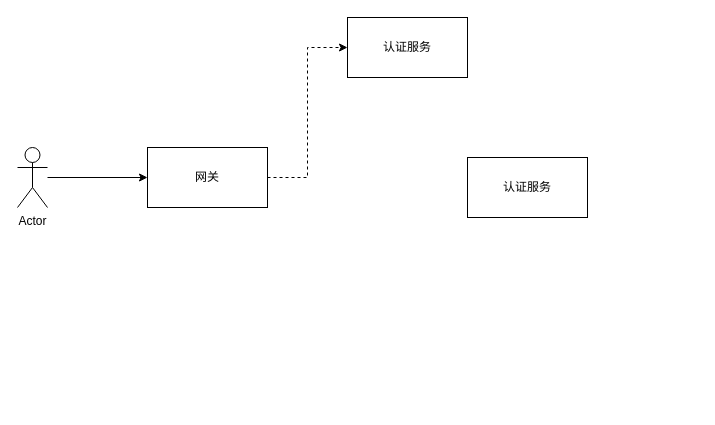
Before: 牙管家/登录.drawio in cherishsince/diagrams.net, a draw.io diagram. Source tidied: cells renumbered, new cells numbered last; positions are measured from the earlier drawing's top-left corner, leaving out a move shared by most shapes. Both pictures are drawn from the tidied source at 100%, with x=0, y=0 at pixel (17, 17).
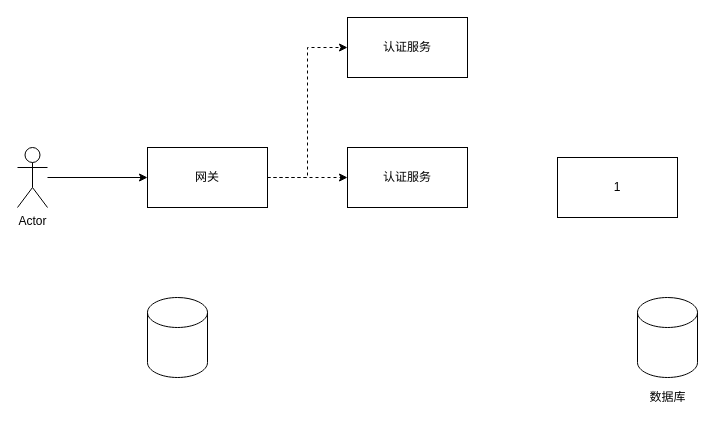
After the change.

The edit, as a diff of the source:
```diff
@@
 <mxGraphModel>
   <root>
     <mxCell id="0" />
     <mxCell id="1" parent="0" />
     <mxCell id="2" value="认证服务" style="rounded=0;whiteSpace=wrap;html=1;" parent="1" vertex="1">
       <mxGeometry x="330" width="120" height="60" as="geometry" />
     </mxCell>
     <mxCell id="3" style="edgeStyle=orthogonalEdgeStyle;rounded=0;jettySize=auto;html=1;entryX=0;entryY=0.5;entryDx=0;entryDy=0;dashed=1;" parent="1" edge="1" source="4" target="2">
       <mxGeometry relative="1" as="geometry" />
     </mxCell>
+    <mxCell id="8" style="edgeStyle=orthogonalEdgeStyle;rounded=0;jettySize=auto;html=1;entryX=0;entryY=0.5;entryDx=0;entryDy=0;dashed=1;" parent="1" edge="1" source="4" target="13">
+      <mxGeometry relative="1" as="geometry" />
+    </mxCell>
     <mxCell id="4" value="网关" style="rounded=0;whiteSpace=wrap;html=1;" parent="1" vertex="1">
       <mxGeometry x="130" y="130" width="120" height="60" as="geometry" />
     </mxCell>
     <mxCell id="5" style="edgeStyle=orthogonalEdgeStyle;rounded=0;jettySize=auto;html=1;" parent="1" edge="1" source="6" target="4">
       <mxGeometry relative="1" as="geometry" />
     </mxCell>
     <mxCell id="6" value="Actor" style="shape=umlActor;verticalLabelPosition=bottom;verticalAlign=top;html=1;outlineConnect=0;" parent="1" vertex="1">
       <mxGeometry y="130" width="30" height="60" as="geometry" />
     </mxCell>
-    <mxCell id="7" value="认证服务" style="rounded=0;whiteSpace=wrap;html=1;" parent="1" vertex="1">
-      <mxGeometry x="450" y="140" width="120" height="60" as="geometry" />
+    <mxCell id="7" value="1" style="rounded=0;whiteSpace=wrap;html=1;" parent="1" vertex="1">
+      <mxGeometry x="540" y="140" width="120" height="60" as="geometry" />
     </mxCell>
+    <mxCell id="9" style="group;" parent="1" vertex="1">
+      <mxGeometry x="620" y="280" width="60" height="110" as="geometry" />
+    </mxCell>
+    <mxCell id="10" style="shape=cylinder3;whiteSpace=wrap;html=1;boundedLbl=1;backgroundOutline=1;size=15;" parent="9" vertex="1">
+      <mxGeometry width="60" height="80" as="geometry" />
+    </mxCell>
+    <mxCell id="11" value="数据库" style="text;html=1;align=center;verticalAlign=middle;strokeColor=none;" parent="9" vertex="1">
+      <mxGeometry x="5" y="90" width="50" height="20" as="geometry" />
+    </mxCell>
+    <mxCell id="12" style="shape=cylinder3;whiteSpace=wrap;html=1;boundedLbl=1;backgroundOutline=1;size=15;" parent="1" vertex="1">
+      <mxGeometry x="130" y="280" width="60" height="80" as="geometry" />
+    </mxCell>
+    <mxCell id="13" value="认证服务" style="rounded=0;whiteSpace=wrap;html=1;" parent="1" vertex="1">
+      <mxGeometry x="330" y="130" width="120" height="60" as="geometry" />
+    </mxCell>
   </root>
 </mxGraphModel>
```
